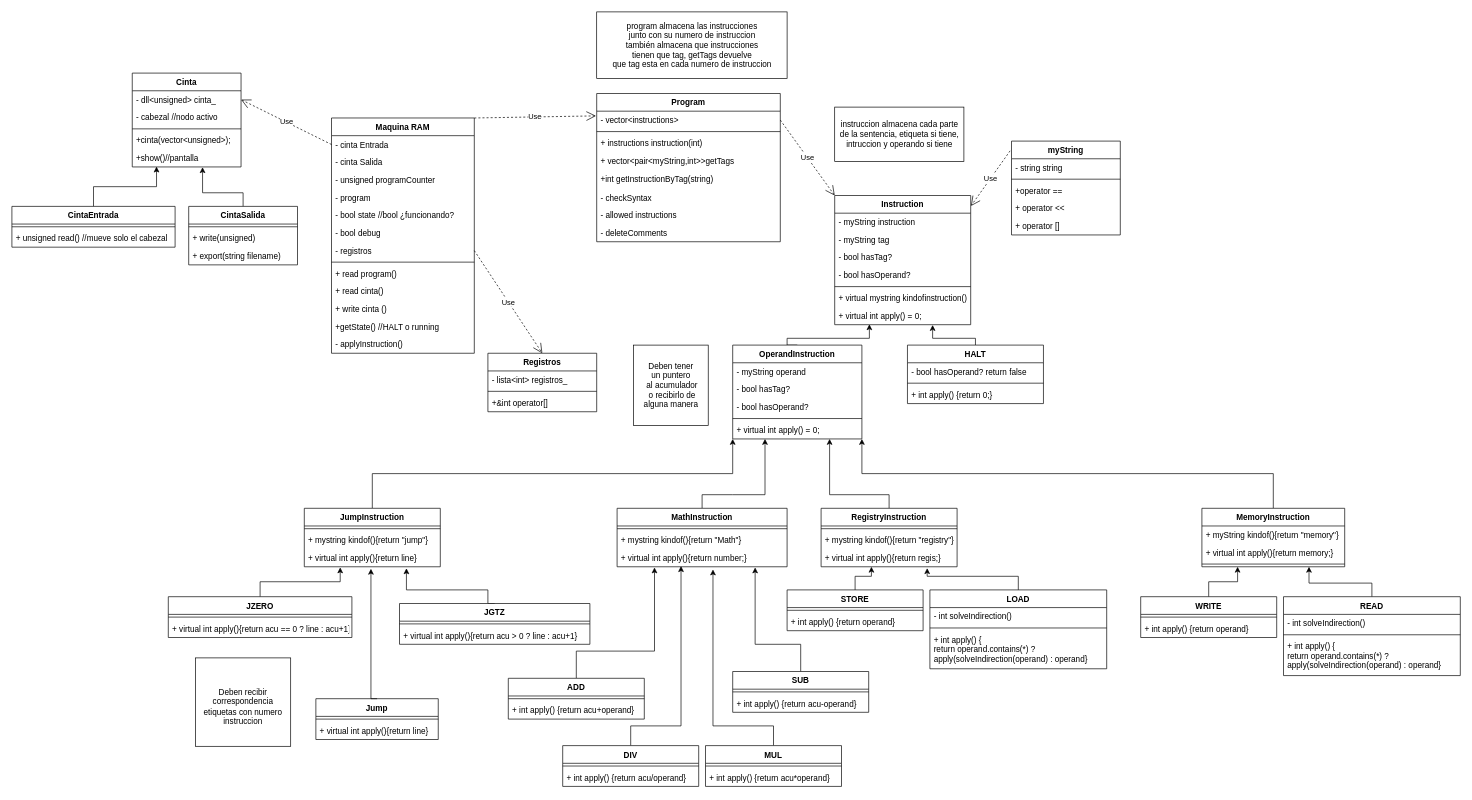
Before: RAMMachine.drawio in AaronJoseCabreraMartin/RAMMachine, a draw.io diagram. Source tidied: cells renumbered, new cells numbered last; positions are measured from the earlier drawing's top-left corner, leaving out a move shared by most shapes. Both pictures are drawn from the tidied source at 68%, with x=0, y=0 at pixel (12, 12).
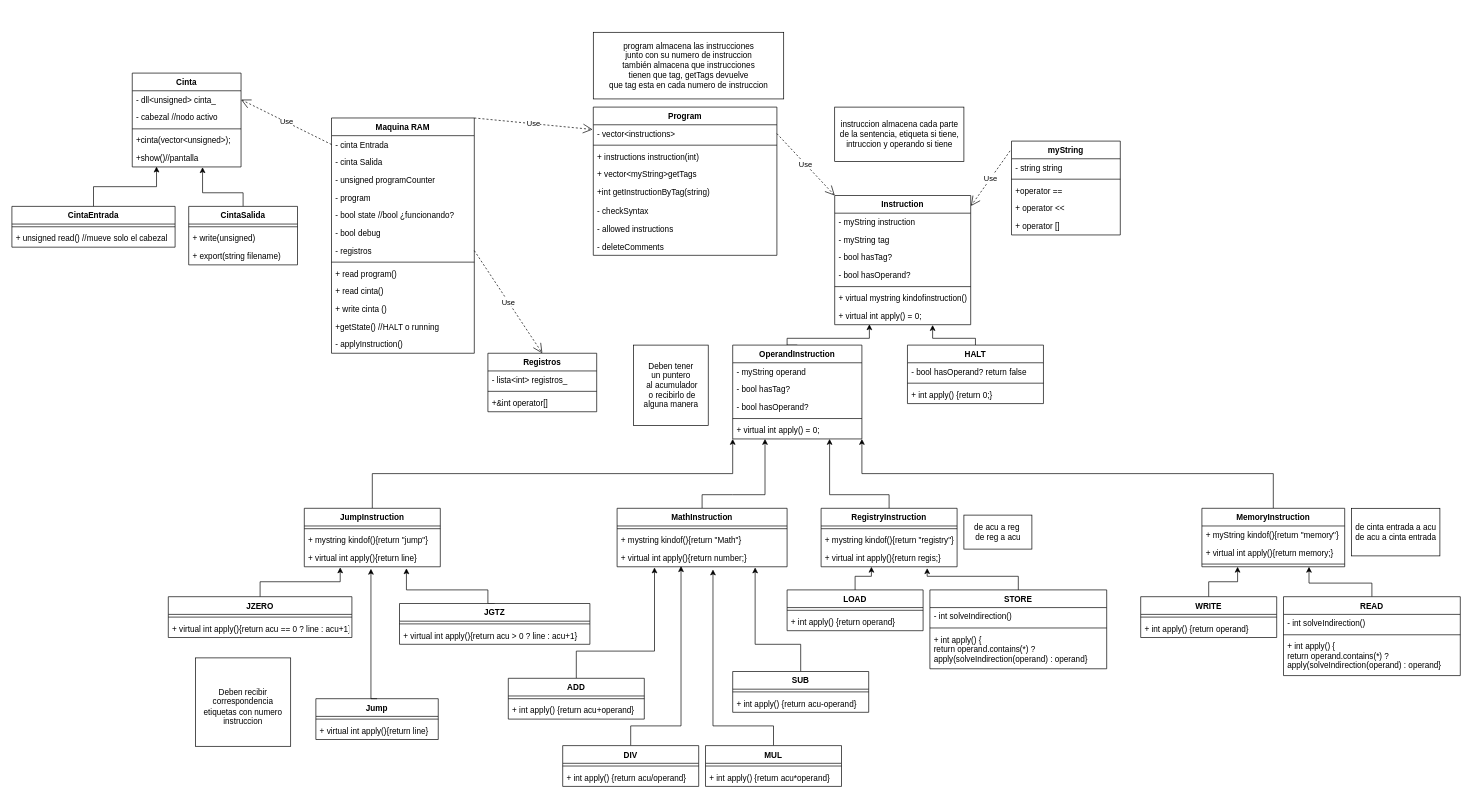
After the change.

Diff of the diagram source:
```diff
@@
     <mxCell id="23" value="Program" style="swimlane;fontStyle=1;align=center;verticalAlign=top;horizontal=1;startSize=26;" parent="1" vertex="1">
-      <mxGeometry x="860" y="120" width="270" height="218" as="geometry" />
+      <mxGeometry x="855" y="140" width="270" height="218" as="geometry" />
     </mxCell>
@@
-    <mxCell id="27" value="+ vector&lt;pair&lt;myString,int&gt;&gt;getTags" style="text;strokeColor=none;fillColor=none;align=left;verticalAlign=top;spacingLeft=4;spacingRight=4;overflow=hidden;" parent="23" vertex="1">
+    <mxCell id="27" value="+ vector&lt;myString&gt;getTags" style="text;strokeColor=none;fillColor=none;align=left;verticalAlign=top;spacingLeft=4;spacingRight=4;overflow=hidden;" parent="23" vertex="1">
       <mxGeometry y="86" width="270" height="26" as="geometry" />
     </mxCell>
@@
     <mxCell id="48" value="&lt;div&gt;program almacena las instrucciones&lt;/div&gt;&lt;div&gt;junto con su numero de instruccion&lt;/div&gt;&lt;div&gt;también almacena que instrucciones&lt;/div&gt;&lt;div&gt;tienen que tag, getTags devuelve&lt;/div&gt;&lt;div&gt;que tag esta en cada numero de instruccion&lt;/div&gt;" style="html=1;" parent="1" vertex="1">
-      <mxGeometry x="860" width="280" height="98" as="geometry" />
+      <mxGeometry x="855" y="30" width="280" height="98" as="geometry" />
     </mxCell>
@@
-    <mxCell id="128" value="STORE" style="swimlane;fontStyle=1;align=center;verticalAlign=top;horizontal=1;startSize=26;" parent="1" vertex="1">
+    <mxCell id="128" value="LOAD" style="swimlane;fontStyle=1;align=center;verticalAlign=top;horizontal=1;startSize=26;" parent="1" vertex="1">
       <mxGeometry x="1140" y="850" width="200" height="60" as="geometry" />
     </mxCell>
@@
-    <mxCell id="132" value="LOAD" style="swimlane;fontStyle=1;align=center;verticalAlign=top;horizontal=1;startSize=26;" parent="1" vertex="1">
+    <mxCell id="132" value="STORE" style="swimlane;fontStyle=1;align=center;verticalAlign=top;horizontal=1;startSize=26;" parent="1" vertex="1">
       <mxGeometry x="1350" y="850" width="260" height="116" as="geometry" />
     </mxCell>
@@
+    <mxCell id="145" value="&lt;div&gt;de acu a reg&amp;nbsp;&lt;br&gt;de reg a acu&lt;/div&gt;" style="html=1;" parent="1" vertex="1">
+      <mxGeometry x="1400" y="740" width="100" height="50" as="geometry" />
+    </mxCell>
+    <mxCell id="146" value="&lt;div&gt;de cinta entrada a acu&lt;/div&gt;&lt;div&gt;de acu a cinta entrada&lt;/div&gt;" style="html=1;" parent="1" vertex="1">
+      <mxGeometry x="1970" y="730" width="130" height="70" as="geometry" />
+    </mxCell>
```
